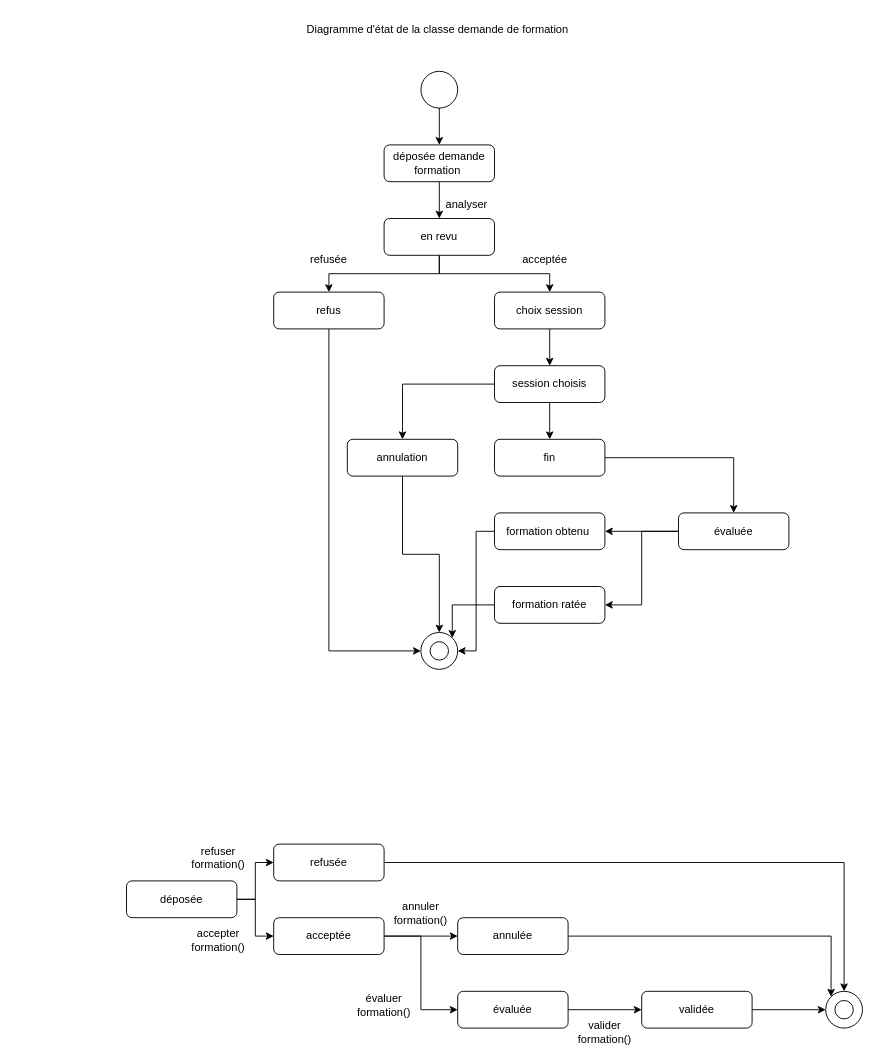
AlexisCou/Analyse keeps this draw.io diagram as TD2/Exercice.II.4.3_Question_2.drawio. Above is the earlier version. Source tidied: cells renumbered, new cells numbered last; positions are measured from the earlier drawing's top-left corner, leaving out a move shared by most shapes. Both pictures are drawn from the tidied source at 92%, with x=0, y=0 at pixel (126, 16).
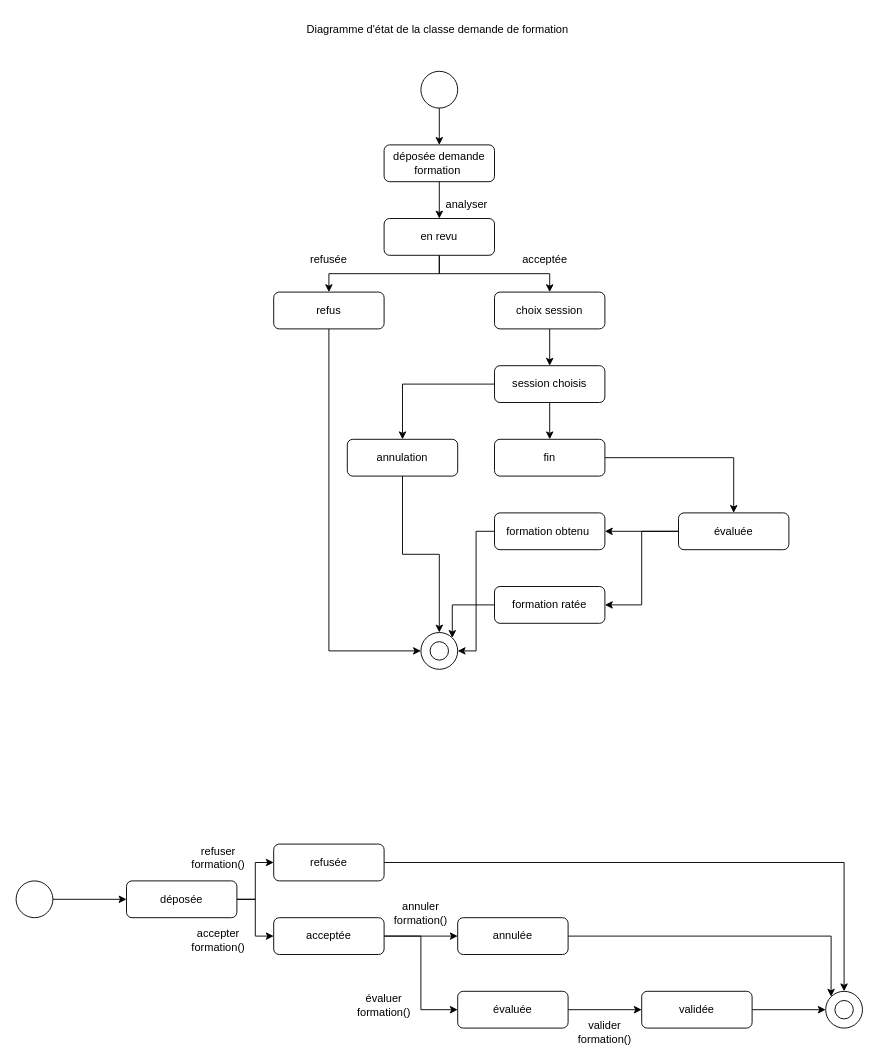
The same page after the edit.

Commit message (it also covers changes not shown here):
Mettre à jour Exercice.II.4.3_Question_2.drawio

Unchanged cells that the change refers to:
```xml
<mxCell id="35" value="déposée" style="rounded=1;whiteSpace=wrap;html=1;" parent="1" vertex="1">
  <mxGeometry y="940" width="120" height="40" as="geometry" />
</mxCell>
```

What changed in the source:
```diff
@@
+    <mxCell id="54" style="edgeStyle=orthogonalEdgeStyle;rounded=0;jettySize=auto;html=1;entryX=0;entryY=0.5;entryDx=0;entryDy=0;" parent="1" edge="1" source="55" target="35">
+      <mxGeometry relative="1" as="geometry" />
+    </mxCell>
+    <mxCell id="55" style="ellipse;whiteSpace=wrap;html=1;" parent="1" vertex="1">
+      <mxGeometry x="-120" y="940" width="40" height="40" as="geometry" />
+    </mxCell>
```
